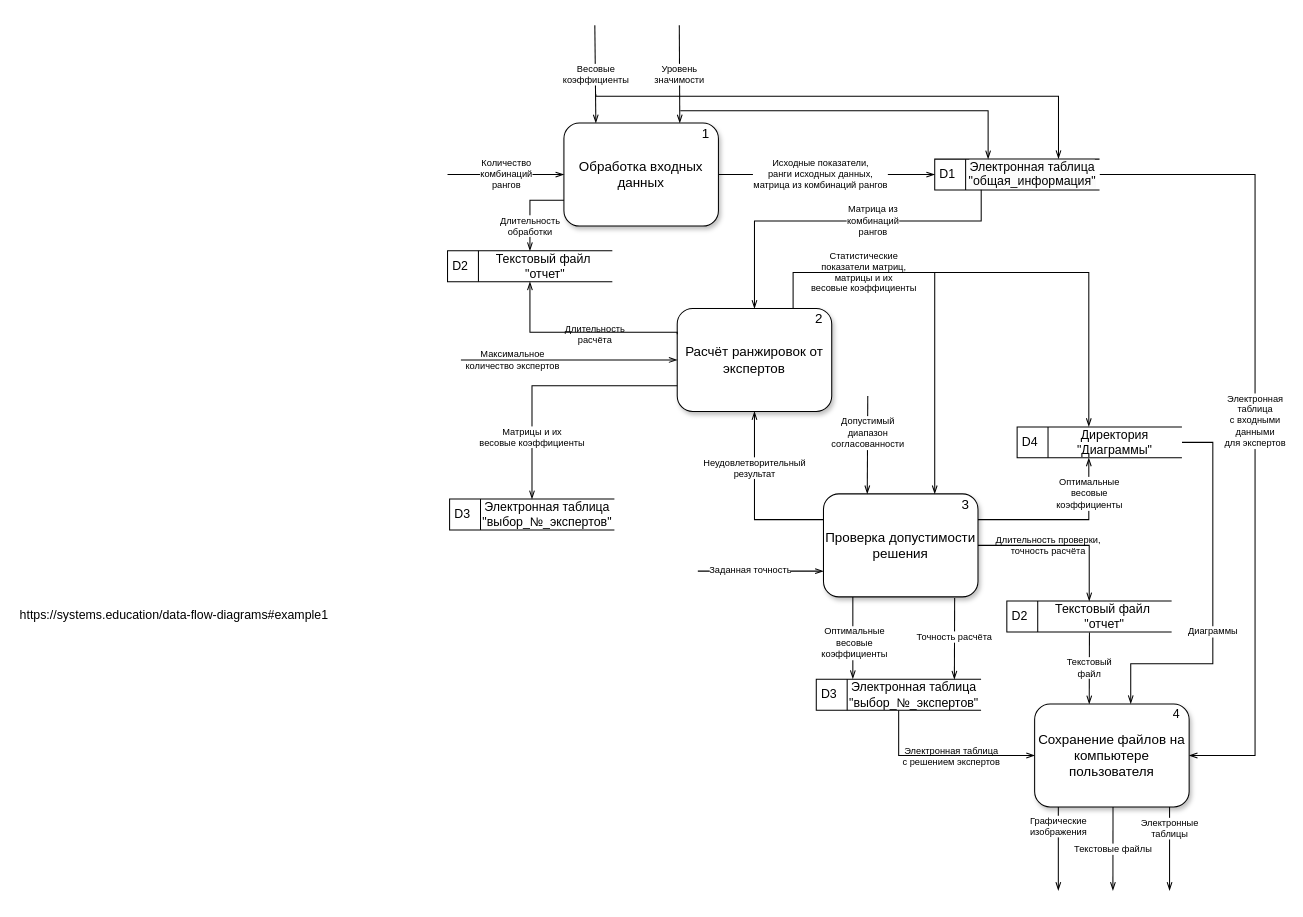
Before: page "Страница — 4" (2 of 4) of draw_io/ddf prog.drawio in Dimj1k/Works, a draw.io diagram. Source tidied: cells renumbered, new cells numbered last; positions are measured from the earlier drawing's top-left corner, leaving out a move shared by most shapes. Both pictures are drawn from the tidied source at 103%, with x=0, y=0 at pixel (18, 25).
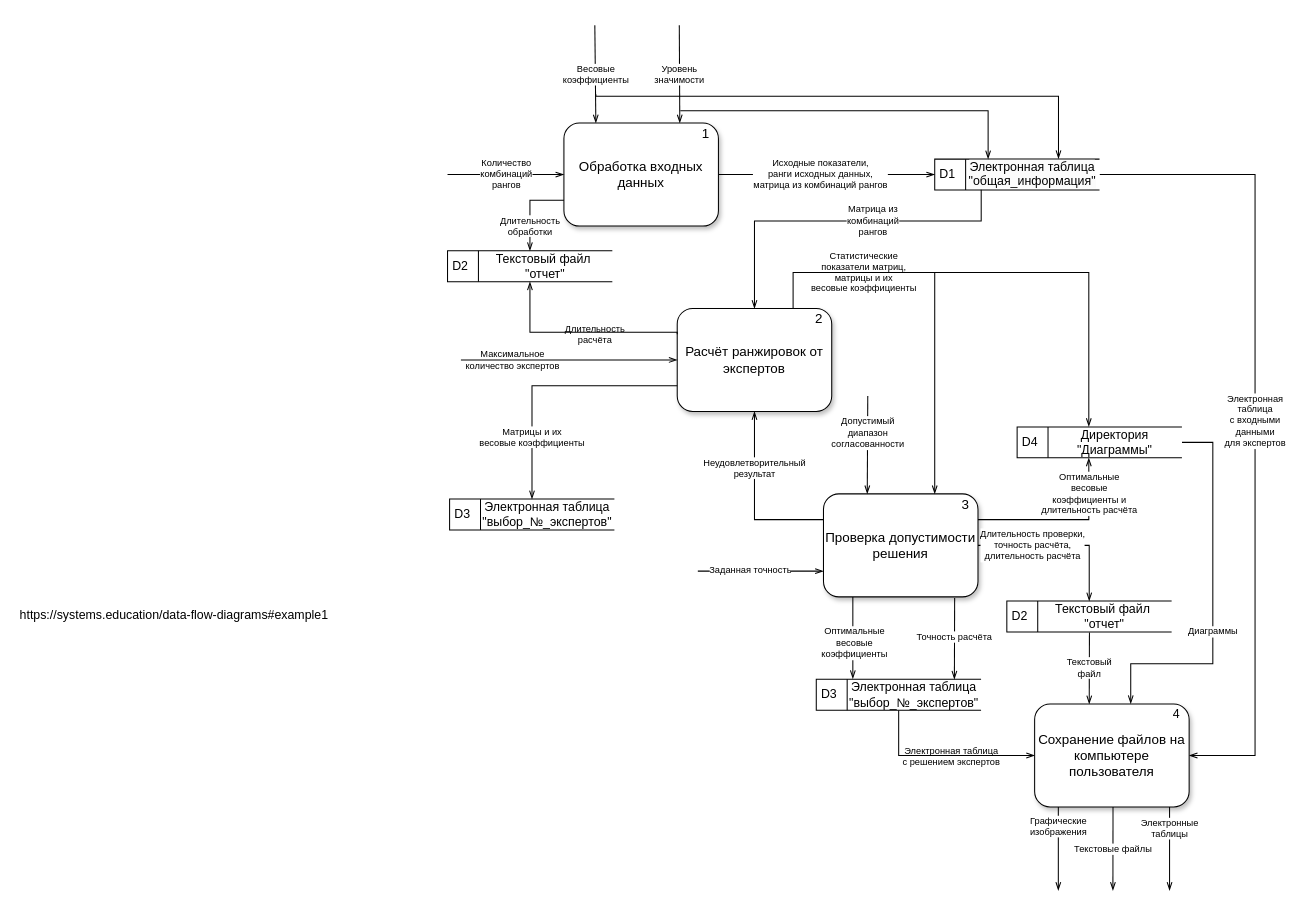
After the change.

Unchanged cells that the change refers to:
```xml
<mxCell id="7" value="&lt;font style=&quot;font-size: 12px;&quot;&gt;D2&lt;/font&gt;" style="html=1;dashed=0;whiteSpace=wrap;shape=mxgraph.dfd.dataStoreID;align=left;spacingLeft=3;points=[[0,0],[0.5,0],[1,0],[0,0.5],[1,0.5],[0,1],[0.5,1],[1,1]];fontSize=12;" parent="1" vertex="1">
  <mxGeometry x="960" y="559" width="160" height="30" as="geometry" />
</mxCell>
<mxCell id="20" value="Проверка допустимости решения" style="html=1;dashed=0;whiteSpace=wrap;border-radius=5px;rounded=1;shadow=1;perimeterSpacing=0;strokeWidth=1;fontSize=13;" parent="19" vertex="1">
  <mxGeometry y="5" width="150" height="100" as="geometry" />
</mxCell>
<mxCell id="31" value="&lt;font style=&quot;font-size: 12px;&quot;&gt;D4&lt;/font&gt;" style="html=1;dashed=0;whiteSpace=wrap;shape=mxgraph.dfd.dataStoreID;align=left;spacingLeft=3;points=[[0,0],[0.5,0],[1,0],[0,0.5],[1,0.5],[0,1],[0.5,1],[1,1]];fontSize=12;" parent="1" vertex="1">
  <mxGeometry x="970" y="390" width="160" height="30" as="geometry" />
</mxCell>
```

Change to the diagram source:
```diff
@@
-    <mxCell id="34" value="Оптимальные&lt;br style=&quot;border-color: var(--border-color); font-size: 9px;&quot;&gt;весовые&lt;br style=&quot;border-color: var(--border-color); font-size: 9px;&quot;&gt;коэффициенты" style="edgeStyle=elbowEdgeStyle;jettySize=auto;html=1;endArrow=openThin;endFill=0;fontSize=9;elbow=vertical;rounded=0;exitX=1;exitY=0.25;exitDx=0;exitDy=0;entryX=0.435;entryY=1.002;entryDx=0;entryDy=0;entryPerimeter=0;" parent="1" edge="1" source="20" target="31">
+    <mxCell id="34" value="Оптимальные&lt;br style=&quot;border-color: var(--border-color); font-size: 9px;&quot;&gt;весовые&lt;br style=&quot;border-color: var(--border-color); font-size: 9px;&quot;&gt;коэффициенты и&lt;br&gt;длительность расчёта" style="edgeStyle=elbowEdgeStyle;jettySize=auto;html=1;endArrow=openThin;endFill=0;fontSize=9;elbow=vertical;rounded=0;exitX=1;exitY=0.25;exitDx=0;exitDy=0;entryX=0.435;entryY=1.002;entryDx=0;entryDy=0;entryPerimeter=0;" parent="1" edge="1" source="20" target="31">
       <mxGeometry x="0.59" relative="1" as="geometry">
         <Array as="points">
           <mxPoint x="1040" y="480" />
         </Array>
       </mxGeometry>
     </mxCell>
@@
-    <mxCell id="50" value="Длительность проверки,&lt;br style=&quot;font-size: 9px;&quot;&gt;точность расчёта" style="rounded=0;jettySize=auto;html=1;endArrow=openThin;endFill=0;fontSize=9;entryX=0.5;entryY=0;entryDx=0;entryDy=0;edgeStyle=elbowEdgeStyle;elbow=vertical;exitX=1;exitY=0.5;exitDx=0;exitDy=0;labelBackgroundColor=none;" parent="1" edge="1" source="20" target="7">
-      <mxGeometry x="-0.16" relative="1" as="geometry">
+    <mxCell id="50" value="Длительность проверки,&lt;br style=&quot;font-size: 9px;&quot;&gt;точность расчёта,&lt;br&gt;длительность расчёта" style="rounded=0;jettySize=auto;html=1;endArrow=openThin;endFill=0;fontSize=9;entryX=0.5;entryY=0;entryDx=0;entryDy=0;edgeStyle=elbowEdgeStyle;elbow=vertical;exitX=1;exitY=0.5;exitDx=0;exitDy=0;labelBackgroundColor=default;" parent="1" edge="1" source="20" target="7">
+      <mxGeometry x="-0.35" relative="1" as="geometry">
         <Array as="points">
           <mxPoint x="990" y="505" />
         </Array>
       </mxGeometry>
     </mxCell>
```
